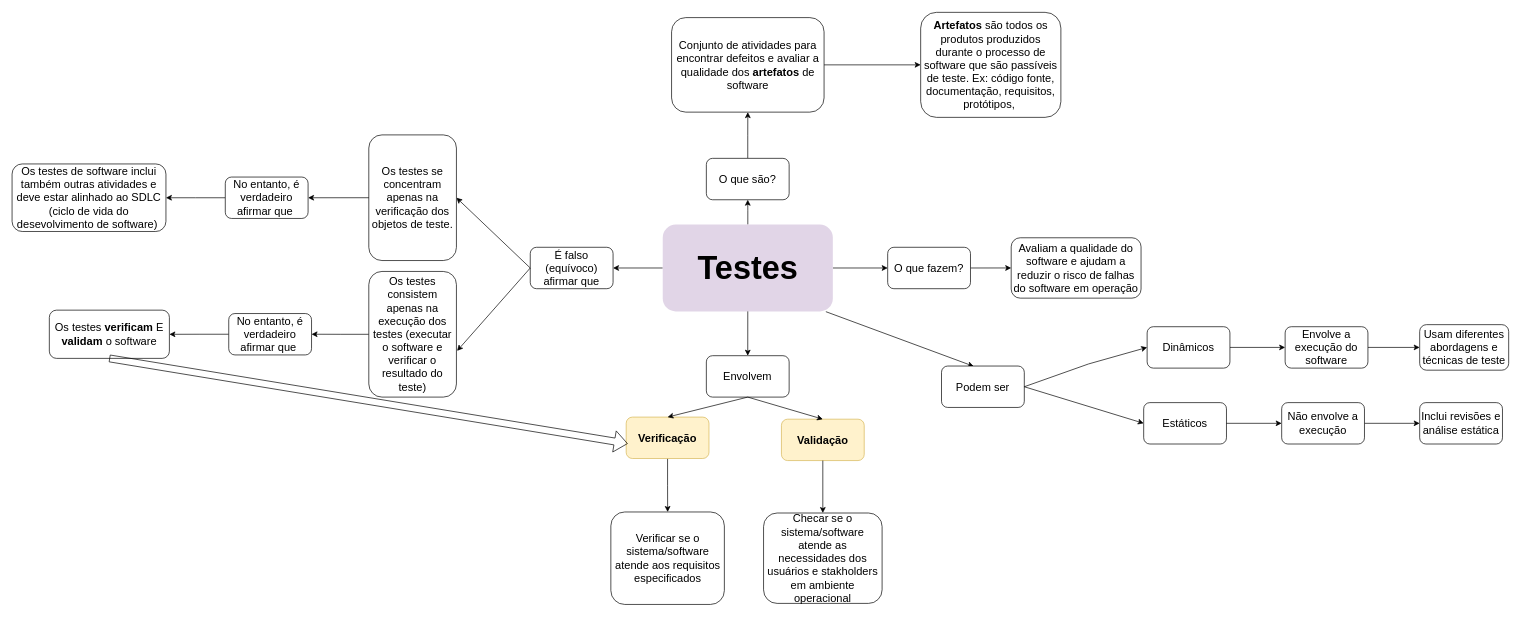
This is page "Subtopico1.1" (1 of 16) of capitulo1.drawio from Natalirodriguess/estudos, a draw.io file, before an edit. Source tidied: cells renumbered, new cells numbered last; positions are measured from the earlier drawing's top-left corner, leaving out a move shared by most shapes. Both pictures are drawn from the tidied source at 69%, with x=0, y=0 at pixel (12, 12).
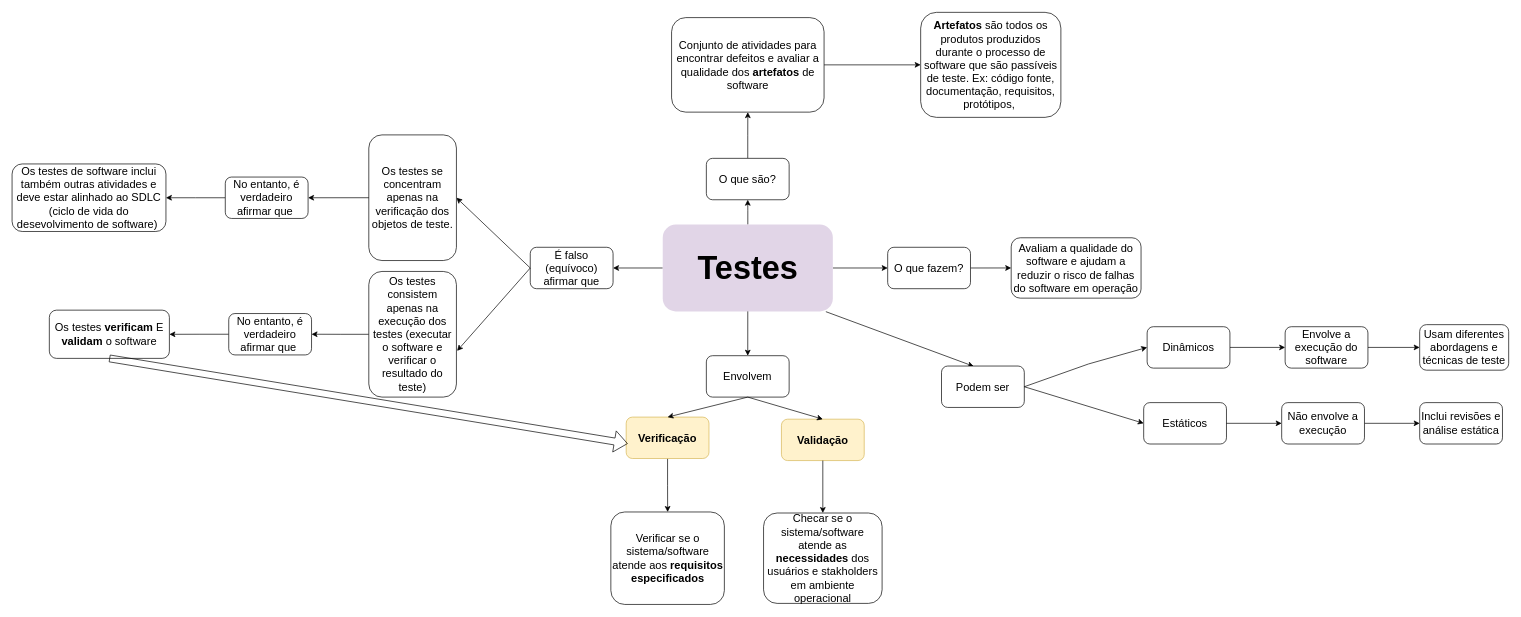
Above is the later version.

The edit, as a diff of the source:
```diff
@@
-    <mxCell id="18" value="Verificar se o sistema/software atende aos requisitos especificados" style="whiteSpace=wrap;html=1;fontSize=16;rounded=1;" parent="1" vertex="1">
+    <mxCell id="18" value="Verificar se o sistema/software atende aos &lt;b&gt;requisitos especificados&lt;/b&gt;" style="whiteSpace=wrap;html=1;fontSize=16;rounded=1;" parent="1" vertex="1">
       <mxGeometry x="867.8" y="724.5" width="164.5" height="134" as="geometry" />
     </mxCell>
@@
-    <mxCell id="20" value="Checar se o sistema/software atende as necessidades dos usuários e stakholders em ambiente operacional" style="whiteSpace=wrap;html=1;fontSize=16;rounded=1;" parent="1" vertex="1">
+    <mxCell id="20" value="Checar se o sistema/software atende as &lt;b&gt;necessidades &lt;/b&gt;dos usuários e stakholders em ambiente operacional" style="whiteSpace=wrap;html=1;fontSize=16;rounded=1;" parent="1" vertex="1">
       <mxGeometry x="1089.1" y="726" width="171.8" height="131" as="geometry" />
     </mxCell>
```
